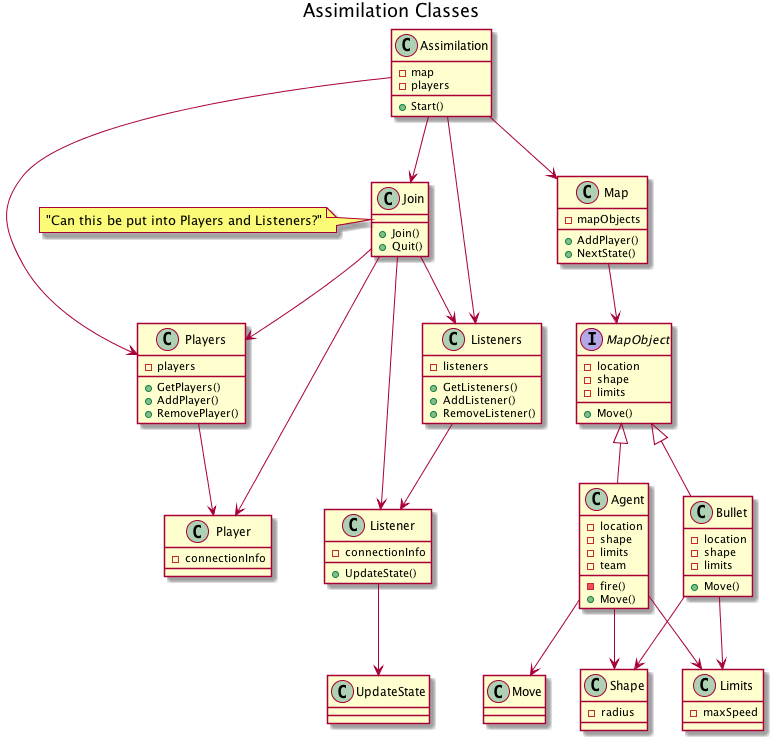
Above: docs/class.png in Raivias/assimilation (PlantUML), before the change. Source of this version:
```plantuml
@startuml
title: Assimilation Classes
class Assimilation{
- map
- players
+ Start()
}

class Map {
 - mapObjects
 + AddPlayer()
 + NextState()
}

class Shape {
  - radius
}

interface MapObject {
 - location
 - shape
 - limits
 + Move()
}

class Agent {
 - location
 - shape
 - limits
 - team
 - fire()
 + Move()
}

class Bullet {
 - location
 - shape
 - limits
 + Move()
}

class Limits {
  - maxSpeed
}

class Players {
 - players
 + GetPlayers()
 + AddPlayer()
 + RemovePlayer()
}

class Player {
 - connectionInfo
}

class Listeners {
 - listeners
 + GetListeners()
 + AddListener()
 + RemoveListener()
}

class Listener {
 - connectionInfo
 + UpdateState()
}

class Join {
 + Join()
 + Quit()
}
note left of Join : "Can this be put into Players and Listeners?"

class Move {

}

class UpdateState {

}

Assimilation --> Map
Assimilation --> Join
Assimilation --> Players
Assimilation --> Listeners

Map --> MapObject

MapObject <|-- Agent
MapObject <|-- Bullet

Bullet --> Limits
Bullet --> Shape

Agent --> Shape
Agent --> Limits
Agent --> Move

Players --> Player
Listeners --> Listener

Listener --> UpdateState

Join --> Player
Join --> Players
Join --> Listener
Join --> Listeners
@enduml
```
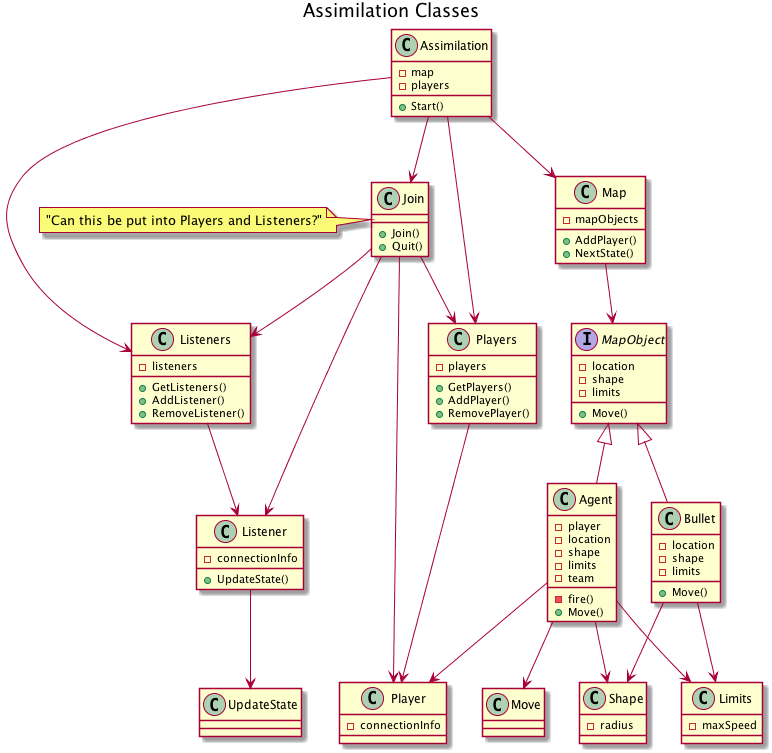
After the commit.

Commit message:
Updated diagram and unittests

The edit, as a diff of the source:
```diff
@@ -24,6 +24,7 @@
 }
 
 class Agent {
+ - player
  - location
  - shape
  - limits
@@ -96,6 +97,7 @@
 Agent --> Shape
 Agent --> Limits
 Agent --> Move
+Agent --> Player
 
 Players --> Player
 Listeners --> Listener
```
